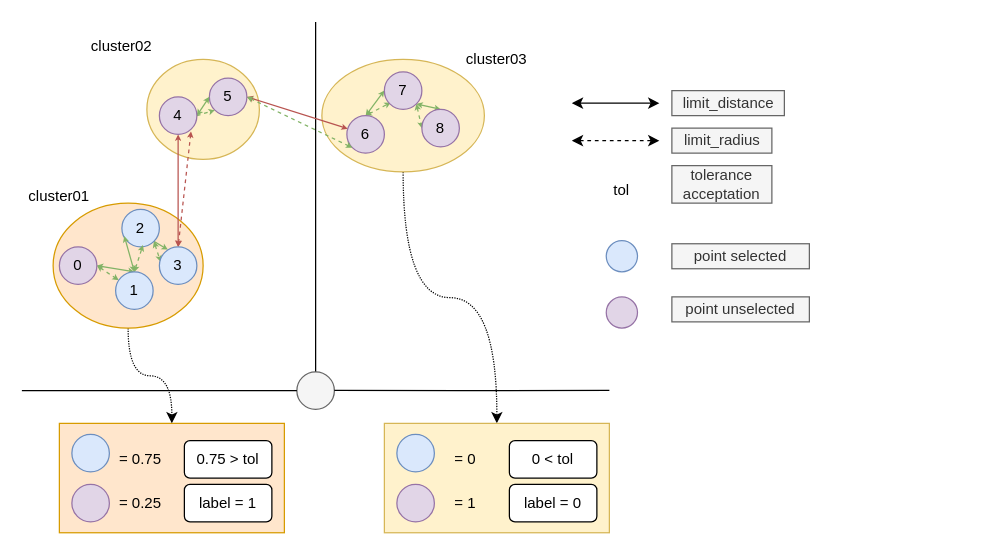
Before: page "segmentation" (2 of 4) of .doc/ros_detection_legs.drawio in PouceHeure/ros_detection_legs, a draw.io diagram. Source tidied: cells renumbered, new cells numbered last; positions are measured from the earlier drawing's top-left corner, leaving out a move shared by most shapes. Both pictures are drawn from the tidied source at 125%, with x=0, y=0 at pixel (21, 21).
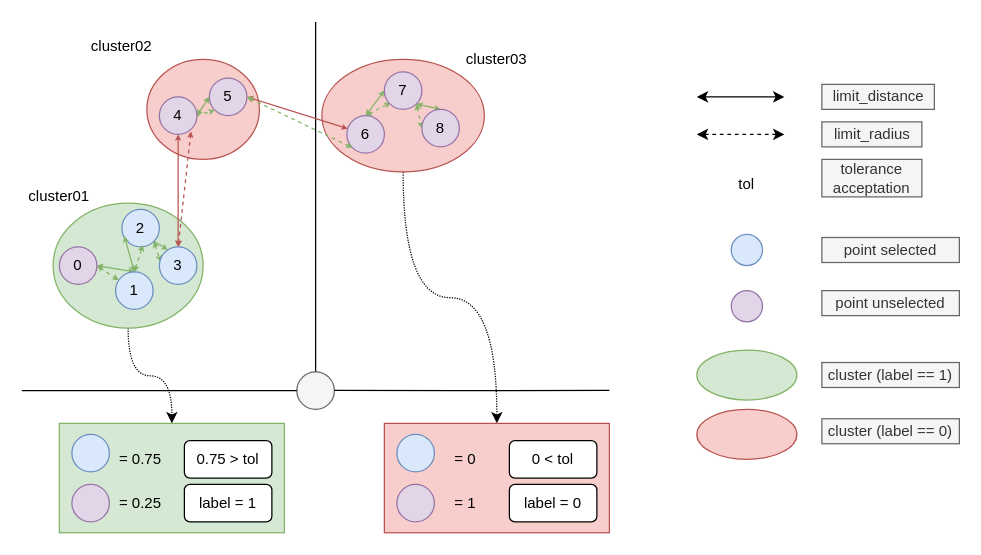
The same diagram, later.

Commit message (it also covers changes not shown here):
update graph segmentation readme

Diff of the diagram source:
```diff
@@
-    <mxCell id="2" style="rounded=0;whiteSpace=wrap;html=1;fillColor=#ffe6cc;strokeColor=#d79b00;" parent="1" vertex="1">
+    <mxCell id="2" style="rounded=0;whiteSpace=wrap;html=1;fillColor=#d5e8d4;strokeColor=#82b366;" parent="1" vertex="1">
       <mxGeometry x="30" y="321.2" width="180" height="87.5" as="geometry" />
     </mxCell>
@@
-    <mxCell id="5" style="ellipse;whiteSpace=wrap;html=1;fillColor=#fff2cc;strokeColor=#d6b656;" parent="1" vertex="1">
+    <mxCell id="5" style="ellipse;whiteSpace=wrap;html=1;fillColor=#f8cecc;strokeColor=#b85450;" parent="1" vertex="1">
       <mxGeometry x="240" y="30" width="130" height="90" as="geometry" />
     </mxCell>
-    <mxCell id="6" style="ellipse;whiteSpace=wrap;html=1;fillColor=#fff2cc;strokeColor=#d6b656;" parent="1" vertex="1">
+    <mxCell id="6" style="ellipse;whiteSpace=wrap;html=1;fillColor=#f8cecc;strokeColor=#b85450;" parent="1" vertex="1">
       <mxGeometry x="100" y="30" width="90" height="80" as="geometry" />
     </mxCell>
@@
-    <mxCell id="8" style="ellipse;whiteSpace=wrap;html=1;fillColor=#ffe6cc;strokeColor=#d79b00;" parent="1" vertex="1">
+    <mxCell id="8" style="ellipse;whiteSpace=wrap;html=1;fillColor=#d5e8d4;strokeColor=#82b366;" parent="1" vertex="1">
       <mxGeometry x="25" y="145" width="120" height="100" as="geometry" />
     </mxCell>
@@
     <mxCell id="34" style="endArrow=classic;startArrow=classic;html=1;strokeWidth=1;" parent="1" edge="1">
       <mxGeometry relative="1" as="geometry">
-        <mxPoint x="440" y="65" as="sourcePoint" />
-        <mxPoint x="510" y="65" as="targetPoint" />
+        <mxPoint x="540" y="60" as="sourcePoint" />
+        <mxPoint x="610" y="60" as="targetPoint" />
       </mxGeometry>
     </mxCell>
     <mxCell id="35" value="limit_distance" style="text;html=1;align=center;verticalAlign=middle;fillColor=#f5f5f5;strokeColor=#666666;fontColor=#333333;" parent="1" vertex="1">
-      <mxGeometry x="520" y="55" width="90" height="20" as="geometry" />
+      <mxGeometry x="640" y="50" width="90" height="20" as="geometry" />
     </mxCell>
     <mxCell id="36" style="endArrow=classic;startArrow=classic;html=1;strokeWidth=1;fillColor=#f5f5f5;dashed=1;" parent="1" edge="1">
       <mxGeometry relative="1" as="geometry">
-        <mxPoint x="440" y="95" as="sourcePoint" />
-        <mxPoint x="510" y="95" as="targetPoint" />
+        <mxPoint x="540" y="90" as="sourcePoint" />
+        <mxPoint x="610" y="90" as="targetPoint" />
       </mxGeometry>
     </mxCell>
     <mxCell id="37" value="limit_radius" style="text;html=1;align=center;verticalAlign=middle;fillColor=#f5f5f5;strokeColor=#666666;fontColor=#333333;" parent="1" vertex="1">
-      <mxGeometry x="520" y="85" width="80" height="20" as="geometry" />
+      <mxGeometry x="640" y="80" width="80" height="20" as="geometry" />
     </mxCell>
@@
-    <mxCell id="49" style="rounded=0;whiteSpace=wrap;html=1;fillColor=#fff2cc;strokeColor=#d6b656;" parent="1" vertex="1">
+    <mxCell id="49" style="rounded=0;whiteSpace=wrap;html=1;fillColor=#f8cecc;strokeColor=#b85450;" parent="1" vertex="1">
       <mxGeometry x="290" y="321.2" width="180" height="87.5" as="geometry" />
     </mxCell>
@@
     <mxCell id="57" value="tol" style="text;html=1;strokeColor=none;fillColor=none;align=center;verticalAlign=middle;whiteSpace=wrap;rounded=0;" parent="1" vertex="1">
-      <mxGeometry x="460" y="125" width="40" height="20" as="geometry" />
+      <mxGeometry x="560" y="120" width="40" height="20" as="geometry" />
     </mxCell>
     <mxCell id="58" value="tolerance acceptation" style="text;html=1;strokeColor=#666666;fillColor=#f5f5f5;align=center;verticalAlign=middle;whiteSpace=wrap;rounded=0;fontColor=#333333;" parent="1" vertex="1">
-      <mxGeometry x="520" y="115" width="80" height="30" as="geometry" />
+      <mxGeometry x="640" y="110" width="80" height="30" as="geometry" />
     </mxCell>
     <mxCell id="59" style="ellipse;whiteSpace=wrap;html=1;fillColor=#dae8fc;strokeColor=#6c8ebf;" parent="1" vertex="1">
-      <mxGeometry x="467.5" y="175" width="25" height="25" as="geometry" />
+      <mxGeometry x="567.5" y="170" width="25" height="25" as="geometry" />
     </mxCell>
     <mxCell id="60" style="ellipse;whiteSpace=wrap;html=1;fillColor=#e1d5e7;strokeColor=#9673a6;" parent="1" vertex="1">
-      <mxGeometry x="467.5" y="220" width="25" height="25" as="geometry" />
+      <mxGeometry x="567.5" y="215" width="25" height="25" as="geometry" />
     </mxCell>
     <mxCell id="61" value="point selected" style="text;html=1;strokeColor=#666666;fillColor=#f5f5f5;align=center;verticalAlign=middle;whiteSpace=wrap;rounded=0;fontColor=#333333;" parent="1" vertex="1">
-      <mxGeometry x="520" y="177.5" width="110" height="20" as="geometry" />
+      <mxGeometry x="640" y="172.5" width="110" height="20" as="geometry" />
     </mxCell>
     <mxCell id="62" value="point unselected" style="text;html=1;strokeColor=#666666;fillColor=#f5f5f5;align=center;verticalAlign=middle;whiteSpace=wrap;rounded=0;fontColor=#333333;" parent="1" vertex="1">
-      <mxGeometry x="520" y="220" width="110" height="20" as="geometry" />
+      <mxGeometry x="640" y="215" width="110" height="20" as="geometry" />
     </mxCell>
+    <mxCell id="63" style="ellipse;whiteSpace=wrap;html=1;fillColor=#d5e8d4;strokeColor=#82b366;" parent="1" vertex="1">
+      <mxGeometry x="540" y="262.5" width="80" height="40" as="geometry" />
+    </mxCell>
+    <mxCell id="64" style="ellipse;whiteSpace=wrap;html=1;fillColor=#f8cecc;strokeColor=#b85450;" parent="1" vertex="1">
+      <mxGeometry x="540" y="310" width="80" height="40" as="geometry" />
+    </mxCell>
+    <mxCell id="65" value="cluster (label == 1)" style="text;html=1;strokeColor=#666666;fillColor=#f5f5f5;align=center;verticalAlign=middle;whiteSpace=wrap;rounded=0;fontColor=#333333;" parent="1" vertex="1">
+      <mxGeometry x="640" y="272.5" width="110" height="20" as="geometry" />
+    </mxCell>
+    <mxCell id="66" value="cluster (label == 0)" style="text;html=1;strokeColor=#666666;fillColor=#f5f5f5;align=center;verticalAlign=middle;whiteSpace=wrap;rounded=0;fontColor=#333333;" parent="1" vertex="1">
+      <mxGeometry x="640" y="317.5" width="110" height="20" as="geometry" />
+    </mxCell>
```
